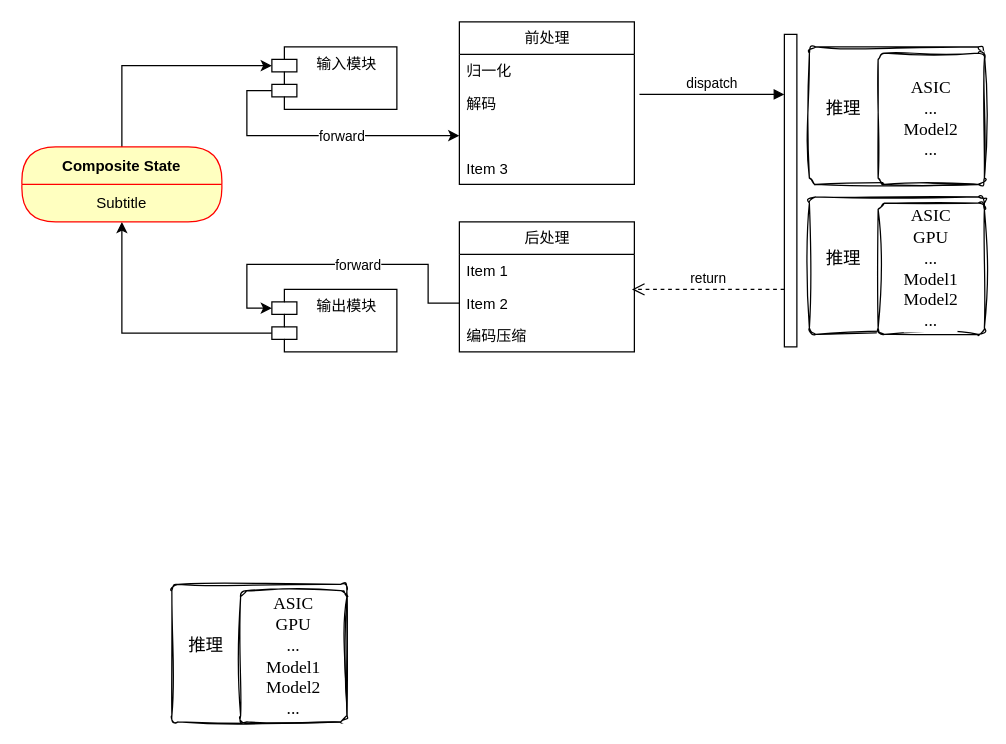
Before: page "Page-4" (4 of 14) of Untitled Diagram.drawio in fangwater/Config, a draw.io diagram. Source tidied: cells renumbered, new cells numbered last; positions are measured from the earlier drawing's top-left corner, leaving out a move shared by most shapes. Both pictures are drawn from the tidied source at 125%, with x=0, y=0 at pixel (21, 21).
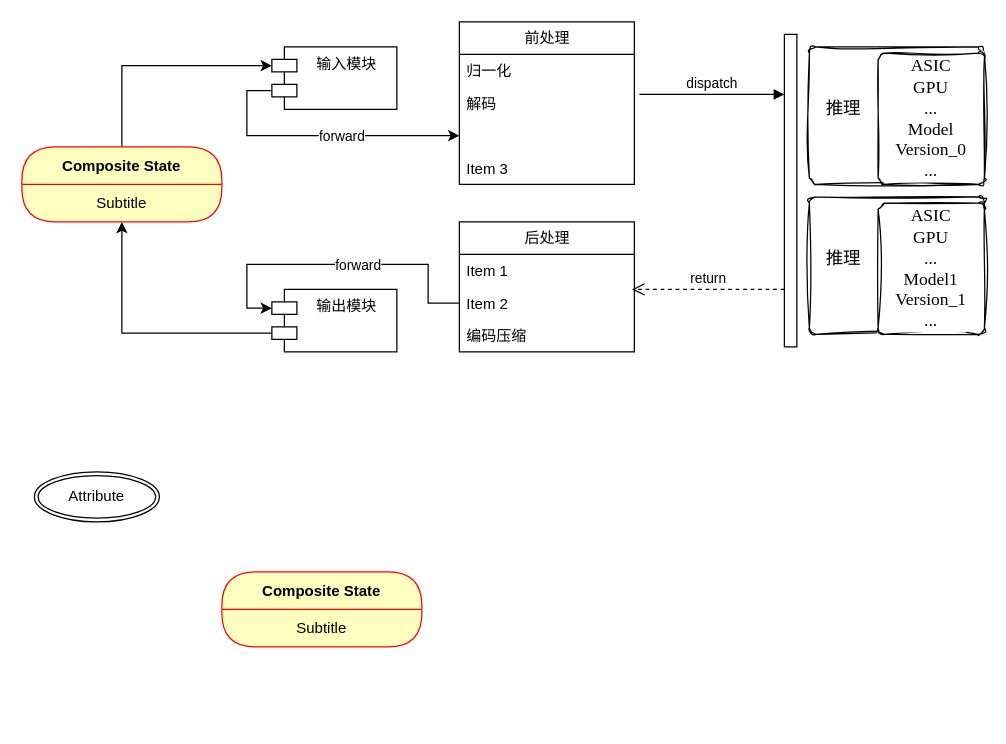
The same page after the edit.

The change refers to these unchanged cells:
```xml
<mxCell id="22" style="rounded=1;absoluteArcSize=1;html=1;arcSize=10;labelBackgroundColor=#FFFFFF;sketch=1;hachureGap=4;jiggle=2;curveFitting=1;fontFamily=Times New Roman;fontSize=14;fontColor=#000000;" parent="1" vertex="1">
  <mxGeometry x="630" y="20" width="140" height="110" as="geometry" />
</mxCell>
<mxCell id="25" style="rounded=1;absoluteArcSize=1;html=1;arcSize=10;labelBackgroundColor=#FFFFFF;sketch=1;hachureGap=4;jiggle=2;curveFitting=1;fontFamily=Times New Roman;fontSize=14;fontColor=#000000;" parent="1" vertex="1">
  <mxGeometry x="630" y="140" width="140" height="110" as="geometry" />
</mxCell>
```

The edit, as a diff of the source:
```diff
@@
-    <mxCell id="5" style="rounded=1;absoluteArcSize=1;html=1;arcSize=10;labelBackgroundColor=#FFFFFF;sketch=1;hachureGap=4;jiggle=2;curveFitting=1;fontFamily=Times New Roman;fontSize=14;fontColor=#000000;" parent="1" vertex="1">
-      <mxGeometry x="120" y="450" width="140" height="110" as="geometry" />
-    </mxCell>
-    <mxCell id="6" value="推理" style="html=1;shape=mxgraph.er.anchor;whiteSpace=wrap;labelBackgroundColor=#FFFFFF;sketch=1;hachureGap=4;jiggle=2;curveFitting=1;fontFamily=Times New Roman;fontSize=14;fontColor=#000000;" parent="5" vertex="1">
-      <mxGeometry width="55" height="100" as="geometry" />
-    </mxCell>
-    <mxCell id="7" value="ASIC&lt;br&gt;GPU&lt;br&gt;&lt;div&gt;...&lt;/div&gt;&lt;div&gt;Model1&lt;/div&gt;&lt;div&gt;Model2&lt;/div&gt;&lt;div&gt;...&lt;br&gt;&lt;/div&gt;" style="rounded=1;absoluteArcSize=1;html=1;arcSize=10;whiteSpace=wrap;strokeColor=inherit;fillColor=inherit;labelBackgroundColor=#FFFFFF;sketch=1;hachureGap=4;jiggle=2;curveFitting=1;fontFamily=Times New Roman;fontSize=14;fontColor=#000000;" parent="5" vertex="1">
-      <mxGeometry x="55" y="5" width="85" height="105" as="geometry" />
-    </mxCell>
@@
-    <mxCell id="24" value="ASIC&lt;br&gt;&lt;div&gt;...&lt;/div&gt;&lt;div&gt;Model2&lt;/div&gt;&lt;div&gt;...&lt;br&gt;&lt;/div&gt;" style="rounded=1;absoluteArcSize=1;html=1;arcSize=10;whiteSpace=wrap;strokeColor=inherit;fillColor=inherit;labelBackgroundColor=#FFFFFF;sketch=1;hachureGap=4;jiggle=2;curveFitting=1;fontFamily=Times New Roman;fontSize=14;fontColor=#000000;" parent="22" vertex="1">
+    <mxCell id="24" value="&lt;div&gt;ASIC&lt;/div&gt;&lt;div&gt;GPU&lt;br&gt;&lt;/div&gt;&lt;div&gt;...&lt;/div&gt;&lt;div&gt;Model&lt;/div&gt;&lt;div&gt;Version_0&lt;br&gt;&lt;/div&gt;&lt;div&gt;...&lt;br&gt;&lt;/div&gt;" style="rounded=1;absoluteArcSize=1;html=1;arcSize=10;whiteSpace=wrap;strokeColor=inherit;fillColor=inherit;labelBackgroundColor=#FFFFFF;sketch=1;hachureGap=4;jiggle=2;curveFitting=1;fontFamily=Times New Roman;fontSize=14;fontColor=#000000;" parent="22" vertex="1">
       <mxGeometry x="55" y="5" width="85" height="105" as="geometry" />
     </mxCell>
@@
-    <mxCell id="27" value="ASIC&lt;br&gt;GPU&lt;br&gt;&lt;div&gt;...&lt;/div&gt;&lt;div&gt;Model1&lt;/div&gt;&lt;div&gt;Model2&lt;/div&gt;&lt;div&gt;...&lt;br&gt;&lt;/div&gt;" style="rounded=1;absoluteArcSize=1;html=1;arcSize=10;whiteSpace=wrap;strokeColor=inherit;fillColor=inherit;labelBackgroundColor=#FFFFFF;sketch=1;hachureGap=4;jiggle=2;curveFitting=1;fontFamily=Times New Roman;fontSize=14;fontColor=#000000;" parent="25" vertex="1">
+    <mxCell id="27" value="ASIC&lt;br&gt;GPU&lt;br&gt;&lt;div&gt;...&lt;/div&gt;&lt;div&gt;Model1&lt;/div&gt;&lt;div&gt;Version_1&lt;/div&gt;&lt;div&gt;...&lt;br&gt;&lt;/div&gt;" style="rounded=1;absoluteArcSize=1;html=1;arcSize=10;whiteSpace=wrap;strokeColor=inherit;fillColor=inherit;labelBackgroundColor=#FFFFFF;sketch=1;hachureGap=4;jiggle=2;curveFitting=1;fontFamily=Times New Roman;fontSize=14;fontColor=#000000;" parent="25" vertex="1">
       <mxGeometry x="55" y="5" width="85" height="105" as="geometry" />
     </mxCell>
@@
+    <mxCell id="33" value="Composite State" style="swimlane;fontStyle=1;align=center;verticalAlign=middle;horizontal=1;startSize=30;fontColor=#000000;rounded=1;arcSize=30;strokeColor=#ff0000;fillColor=#ffffc0;swimlaneFillColor=#ffffc0;" parent="1" vertex="1">
+      <mxGeometry x="160" y="440" width="160" height="60" as="geometry" />
+    </mxCell>
+    <mxCell id="34" value="Subtitle" style="text;html=1;strokeColor=none;fillColor=none;align=center;verticalAlign=middle;spacingLeft=4;spacingRight=4;whiteSpace=wrap;overflow=hidden;fontColor=#000000;" parent="33" vertex="1">
+      <mxGeometry y="30" width="160" height="30" as="geometry" />
+    </mxCell>
+    <mxCell id="35" value="Attribute" style="ellipse;shape=doubleEllipse;margin=3;whiteSpace=wrap;html=1;align=center;fillColor=none;" parent="1" vertex="1">
+      <mxGeometry x="10" y="360" width="100" height="40" as="geometry" />
+    </mxCell>
```
